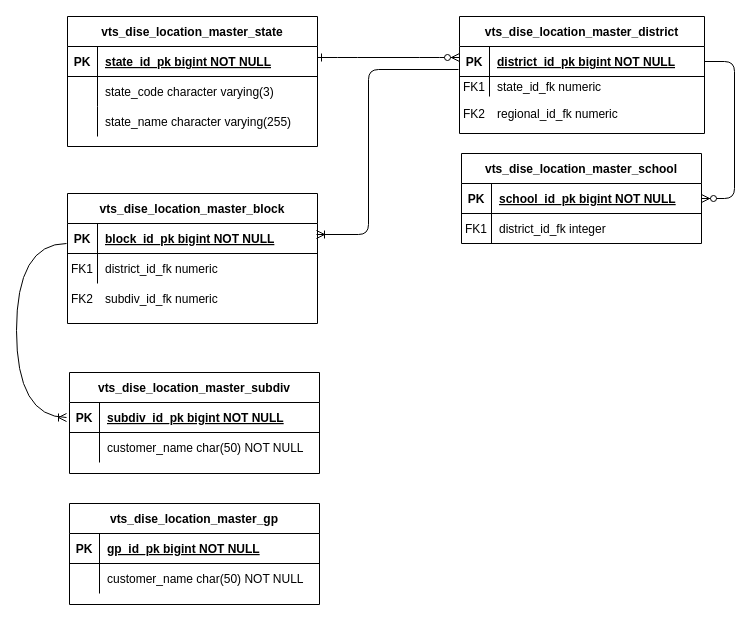
The draw.io diagram Untitled Diagram.drawio in sourav4371/sourav, before the edit. Source tidied: cells renumbered, new cells numbered last; positions are measured from the earlier drawing's top-left corner, leaving out a move shared by most shapes. Both pictures are drawn from the tidied source at 100%, with x=0, y=0 at pixel (16, 16).
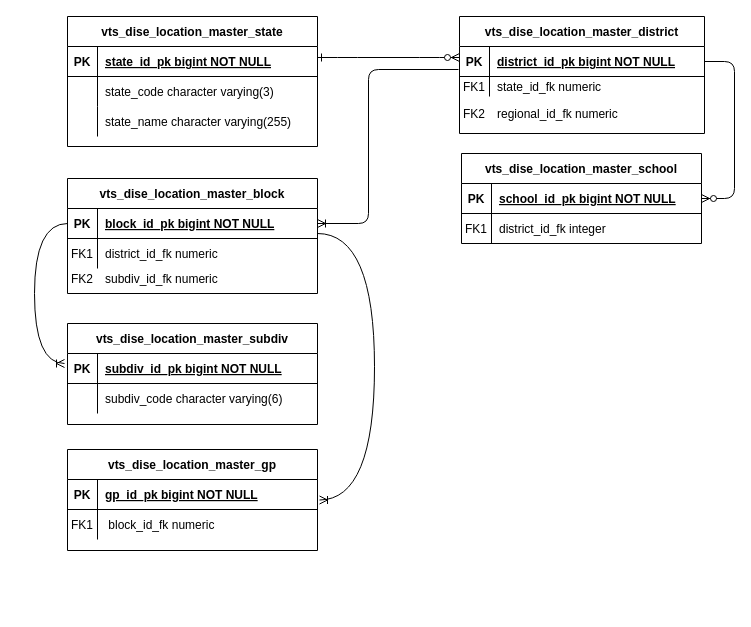
After the change.

The change refers to these unchanged cells:
```xml
<mxCell id="39" style="shape=partialRectangle;fillColor=none;points=[[0,0.5],[1,0.5]];portConstraint=eastwest;top=0;left=0;right=0;bottom=1;" parent="38" vertex="1">
  <mxGeometry y="30" width="250" height="30" as="geometry" />
</mxCell>
<mxCell id="53" style="shape=partialRectangle;fillColor=none;top=0;left=0;right=0;bottom=0;" parent="49" vertex="1">
  <mxGeometry y="60" width="250" height="30" as="geometry" />
</mxCell>
<mxCell id="60" style="shape=partialRectangle;fillColor=none;top=0;left=0;right=0;bottom=0;" parent="56" vertex="1">
  <mxGeometry y="60" width="250" height="30" as="geometry" />
</mxCell>
```

Change to the diagram source:
```diff
@@
     <mxCell id="3" style="shape=partialRectangle;fillColor=none;points=[[0,0.5],[1,0.5]];portConstraint=eastwest;top=0;left=0;right=0;bottom=0;" parent="1" vertex="1">
-      <mxGeometry x="58" y="501" width="250" height="93" as="geometry" />
+      <mxGeometry x="53" y="437" width="250" height="93" as="geometry" />
     </mxCell>
@@
     <mxCell id="38" value="vts_dise_location_master_block" style="shape=table;startSize=30;childLayout=tableLayout;rowLines=0;fontStyle=1;align=center;" parent="1" vertex="1">
-      <mxGeometry x="51" y="177" width="250" height="130" as="geometry" />
+      <mxGeometry x="51" y="162" width="250" height="115" as="geometry" />
     </mxCell>
@@
     <mxCell id="45" style="shape=partialRectangle;fillColor=none;top=0;left=0;right=0;bottom=0;" parent="1" vertex="1">
-      <mxGeometry x="51" y="267" width="250" height="30" as="geometry" />
+      <mxGeometry x="51" y="247" width="250" height="30" as="geometry" />
     </mxCell>
@@
-    <mxCell id="48" style="edgeStyle=elbowEdgeStyle;fontSize=12;html=1;endArrow=ERoneToMany;" parent="1" edge="1">
+    <mxCell id="48" style="edgeStyle=elbowEdgeStyle;fontSize=12;html=1;endArrow=ERoneToMany;entryX=1;entryY=0.5;entryDx=0;entryDy=0;" parent="1" edge="1" target="39">
       <mxGeometry relative="1" as="geometry">
         <mxPoint x="442" y="53" as="sourcePoint" />
-        <mxPoint x="300" y="218" as="targetPoint" />
         <Array as="points">
           <mxPoint x="352" y="153" />
         </Array>
       </mxGeometry>
     </mxCell>
+    <mxCell id="63" style="edgeStyle=orthogonalEdgeStyle;fontSize=12;html=1;endArrow=ERoneToMany;curved=1;exitX=0;exitY=0.5;exitDx=0;exitDy=0;" parent="1" edge="1" source="39">
+      <mxGeometry relative="1" as="geometry">
+        <mxPoint x="48" y="347" as="targetPoint" />
+        <Array as="points">
+          <mxPoint x="18" y="207" />
+          <mxPoint x="18" y="347" />
+        </Array>
+      </mxGeometry>
+    </mxCell>
     <mxCell id="49" value="vts_dise_location_master_subdiv" style="shape=table;startSize=30;childLayout=tableLayout;rowLines=0;fontStyle=1;align=center;" parent="1" vertex="1">
-      <mxGeometry x="53" y="356" width="250" height="101" as="geometry" />
+      <mxGeometry x="51" y="307" width="250" height="101" as="geometry" />
     </mxCell>
@@
-    <mxCell id="55" value="customer_name char(50) NOT NULL" style="shape=partialRectangle;overflow=hidden;fillColor=none;top=0;left=0;bottom=0;right=0;align=left;spacingLeft=6;" parent="53" vertex="1">
+    <mxCell id="55" value="subdiv_code character varying(6)" style="shape=partialRectangle;overflow=hidden;fillColor=none;top=0;left=0;bottom=0;right=0;align=left;spacingLeft=6;" parent="53" vertex="1">
       <mxGeometry x="30" width="220" height="30" as="geometry" />
     </mxCell>
     <mxCell id="56" value="vts_dise_location_master_gp" style="shape=table;startSize=30;childLayout=tableLayout;rowLines=0;fontStyle=1;align=center;" parent="1" vertex="1">
-      <mxGeometry x="53" y="487" width="250" height="101" as="geometry" />
+      <mxGeometry x="51" y="433" width="250" height="101" as="geometry" />
     </mxCell>
@@
-    <mxCell id="61" style="shape=partialRectangle;overflow=hidden;fillColor=none;top=0;left=0;bottom=0;right=0;" parent="60" vertex="1">
+    <mxCell id="61" value="FK1" style="shape=partialRectangle;overflow=hidden;fillColor=none;top=0;left=0;bottom=0;right=0;" parent="60" vertex="1">
       <mxGeometry width="30" height="30" as="geometry" />
     </mxCell>
-    <mxCell id="62" value="customer_name char(50) NOT NULL" style="shape=partialRectangle;overflow=hidden;fillColor=none;top=0;left=0;bottom=0;right=0;align=left;spacingLeft=6;" parent="60" vertex="1">
+    <mxCell id="62" value=" block_id_fk numeric" style="shape=partialRectangle;overflow=hidden;fillColor=none;top=0;left=0;bottom=0;right=0;align=left;spacingLeft=6;" parent="60" vertex="1">
       <mxGeometry x="30" width="220" height="30" as="geometry" />
     </mxCell>
-    <mxCell id="63" style="edgeStyle=orthogonalEdgeStyle;fontSize=12;html=1;endArrow=ERoneToMany;curved=1;" parent="1" edge="1">
-      <mxGeometry relative="1" as="geometry">
-        <mxPoint x="50" y="227" as="sourcePoint" />
-        <mxPoint x="50" y="401" as="targetPoint" />
-        <Array as="points">
-          <mxPoint y="227" />
-          <mxPoint y="401" />
-        </Array>
-      </mxGeometry>
-    </mxCell>
+    <mxCell id="64" style="edgeStyle=orthogonalEdgeStyle;fontSize=12;html=1;endArrow=ERoneToMany;curved=1;exitX=0;exitY=0.5;exitDx=0;exitDy=0;entryX=1;entryY=0.5;entryDx=0;entryDy=0;" parent="1" edge="1" target="3">
+      <mxGeometry relative="1" as="geometry">
+        <mxPoint x="301" y="217" as="sourcePoint" />
+        <Array as="points">
+          <mxPoint x="358" y="217" />
+          <mxPoint x="358" y="484" />
+        </Array>
+      </mxGeometry>
+    </mxCell>
```
